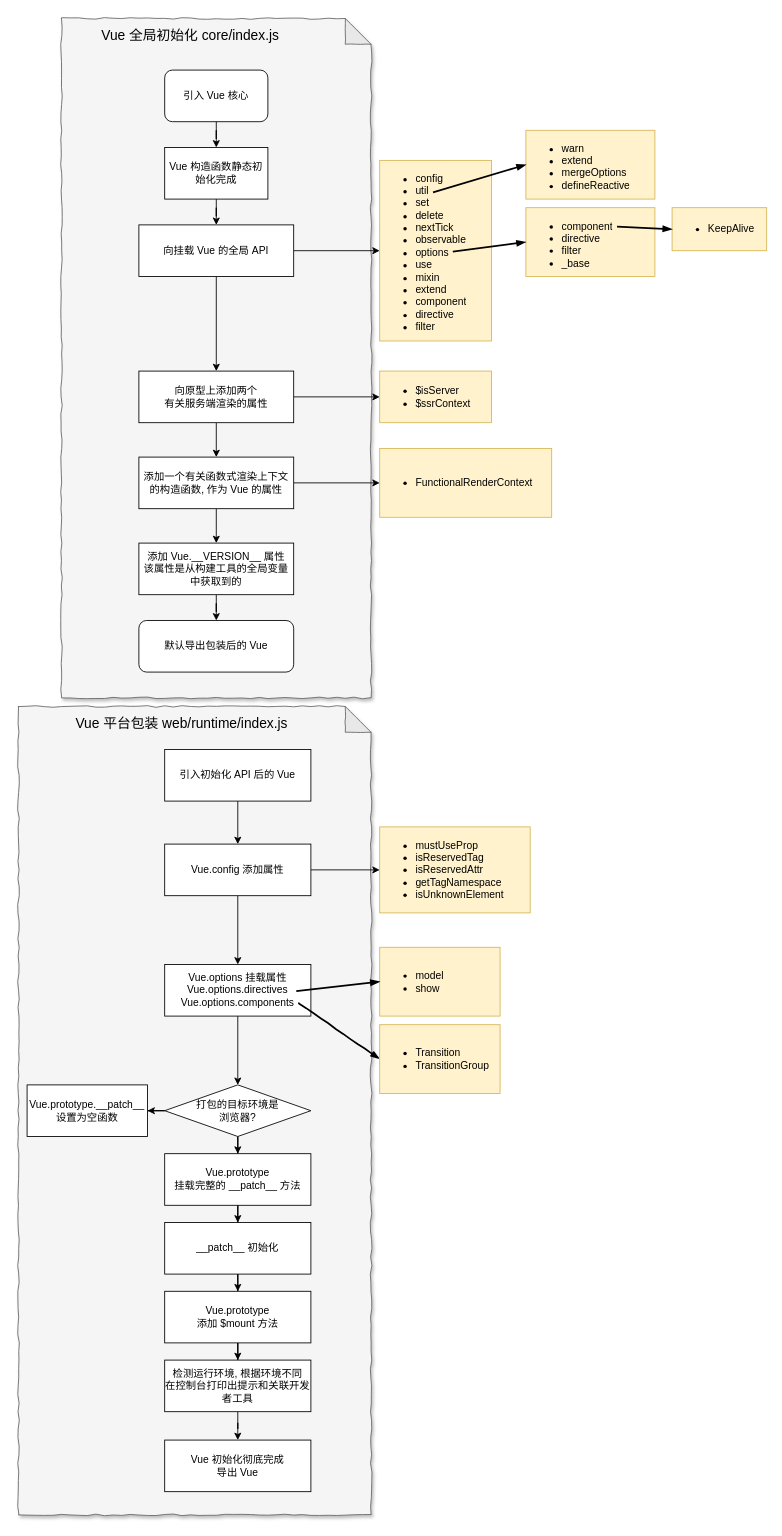
This is page "第 1 页" (1 of 2) of diagram/Vue 全局初始化.drawio from uioz/library, a draw.io file, before an edit. Source tidied: cells renumbered, new cells numbered last; positions are measured from the earlier drawing's top-left corner, leaving out a move shared by most shapes. Both pictures are drawn from the tidied source at 86%, with x=0, y=0 at pixel (18, 18).
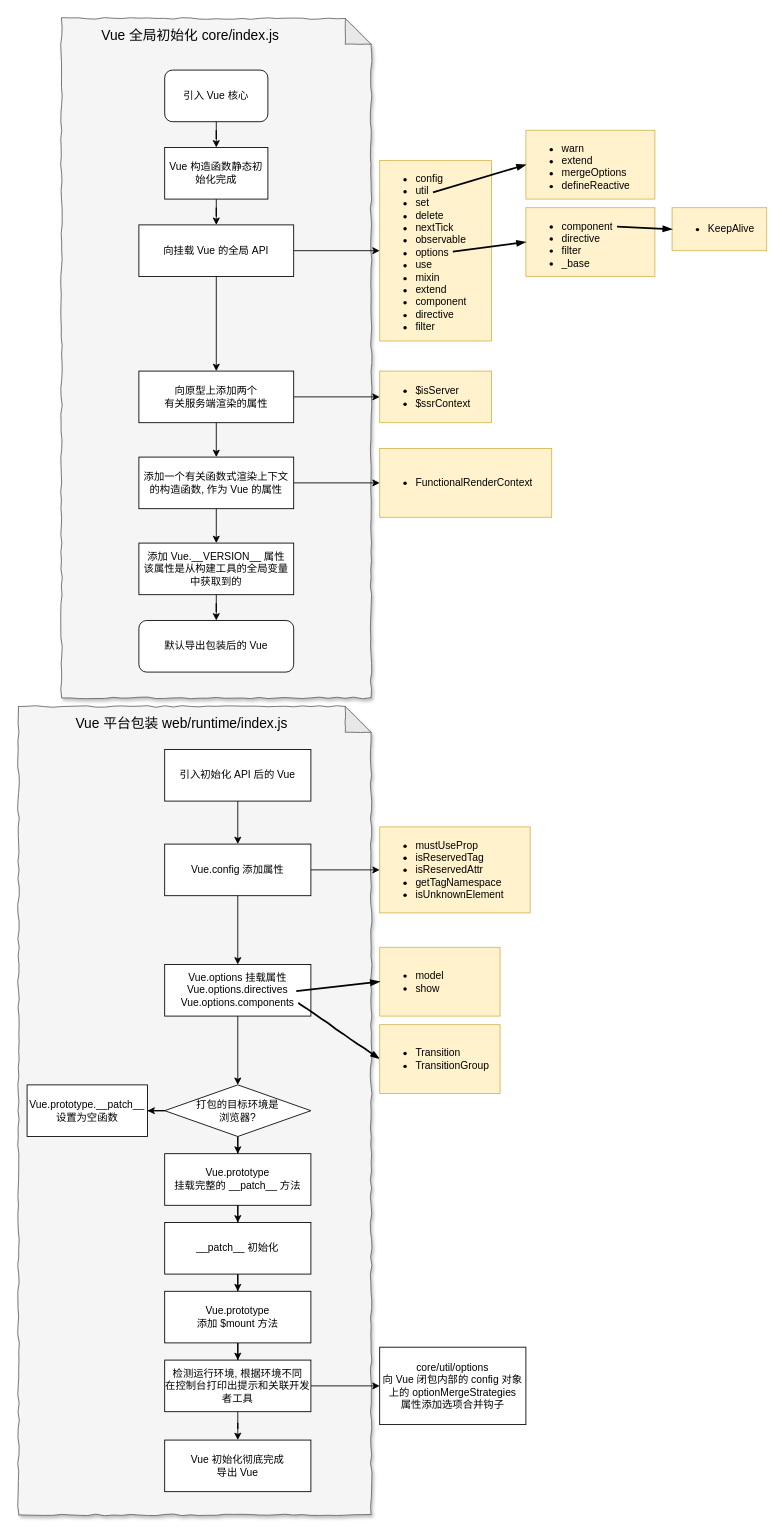
After the change.

Commit message (it also covers changes not shown here):
修改部分图

Unchanged cells that the change refers to:
```xml
<mxCell id="47" value="检测运行环境, 根据环境不同&lt;br&gt;在控制台打印出提示和关联开发者工具&lt;br&gt;" style="rounded=0;whiteSpace=wrap;html=1;shadow=0;fontFamily=Helvetica;fontSize=12;fontColor=#000000;align=center;strokeColor=#000000;fillColor=#ffffff;" parent="1" vertex="1">
  <mxGeometry x="170" y="1560" width="170" height="60" as="geometry" />
</mxCell>
```

Diff of the diagram source:
```diff
@@
+    <mxCell id="56" style="edgeStyle=orthogonalEdgeStyle;rounded=0;jettySize=auto;html=1;entryX=0;entryY=0.5;entryDx=0;entryDy=0;" parent="1" edge="1" source="47" target="57">
+      <mxGeometry relative="1" as="geometry" />
+    </mxCell>
@@
+    <mxCell id="57" value="core/util/options&lt;br&gt;向 Vue 闭包内部的 config 对象上的&amp;nbsp;&lt;span&gt;optionMergeStrategies&lt;/span&gt;&lt;br&gt;属性添加选项合并钩子&lt;br&gt;" style="rounded=0;whiteSpace=wrap;html=1;shadow=0;fontFamily=Helvetica;fontSize=12;fontColor=#000000;align=center;strokeColor=#000000;fillColor=#ffffff;" parent="1" vertex="1">
+      <mxGeometry x="420" y="1545" width="170" height="90" as="geometry" />
+    </mxCell>
```
